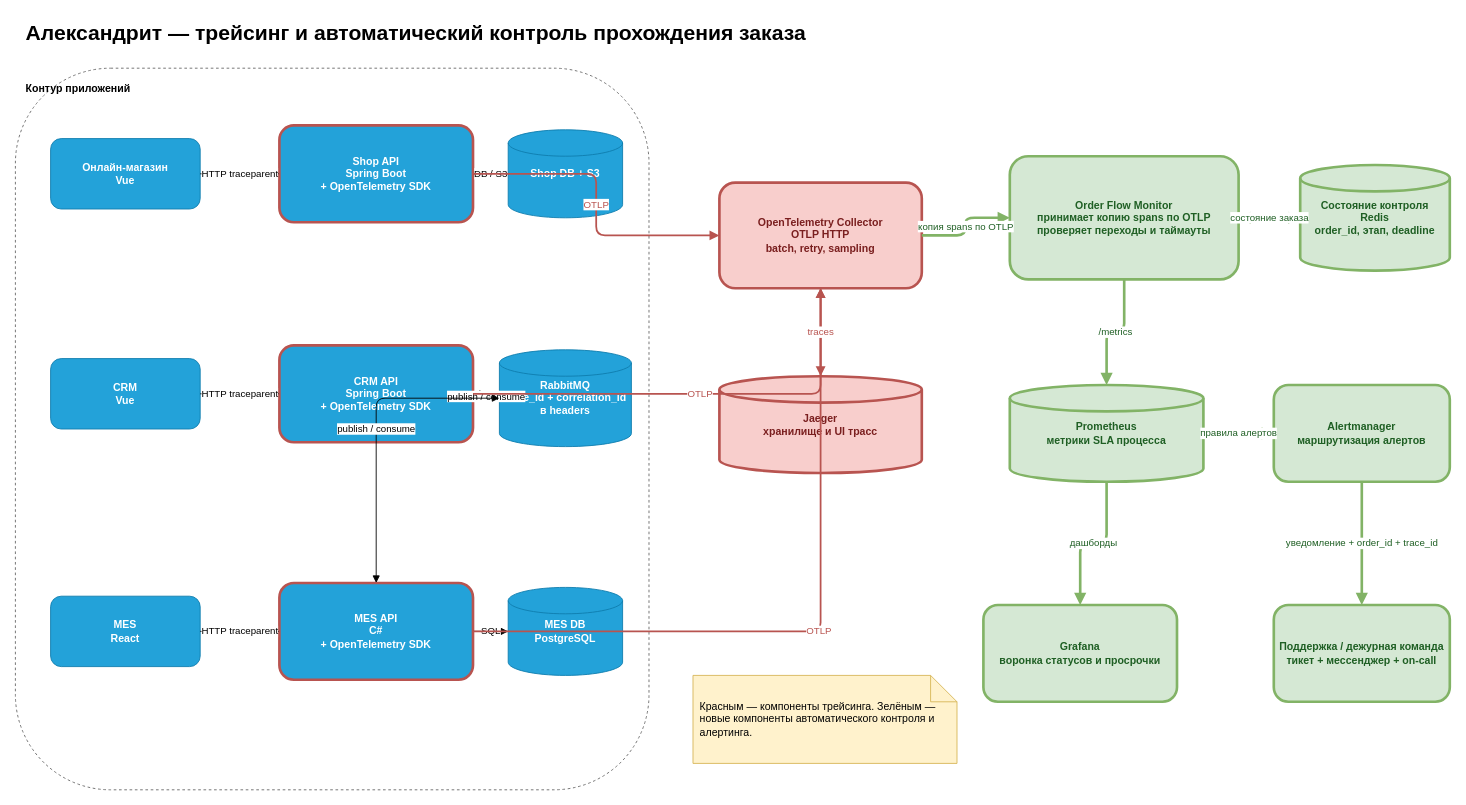
Above: Task3/Трейсинг-автоконтроль-заказа.drawio in Rainbow42/architecture-pro-alexandrite (draw.io), before the change. Source tidied: cells renumbered, new cells numbered last; positions are measured from the earlier drawing's top-left corner, leaving out a move shared by most shapes. Both pictures are drawn from the tidied source at 88%, with x=0, y=0 at pixel (15, 15).
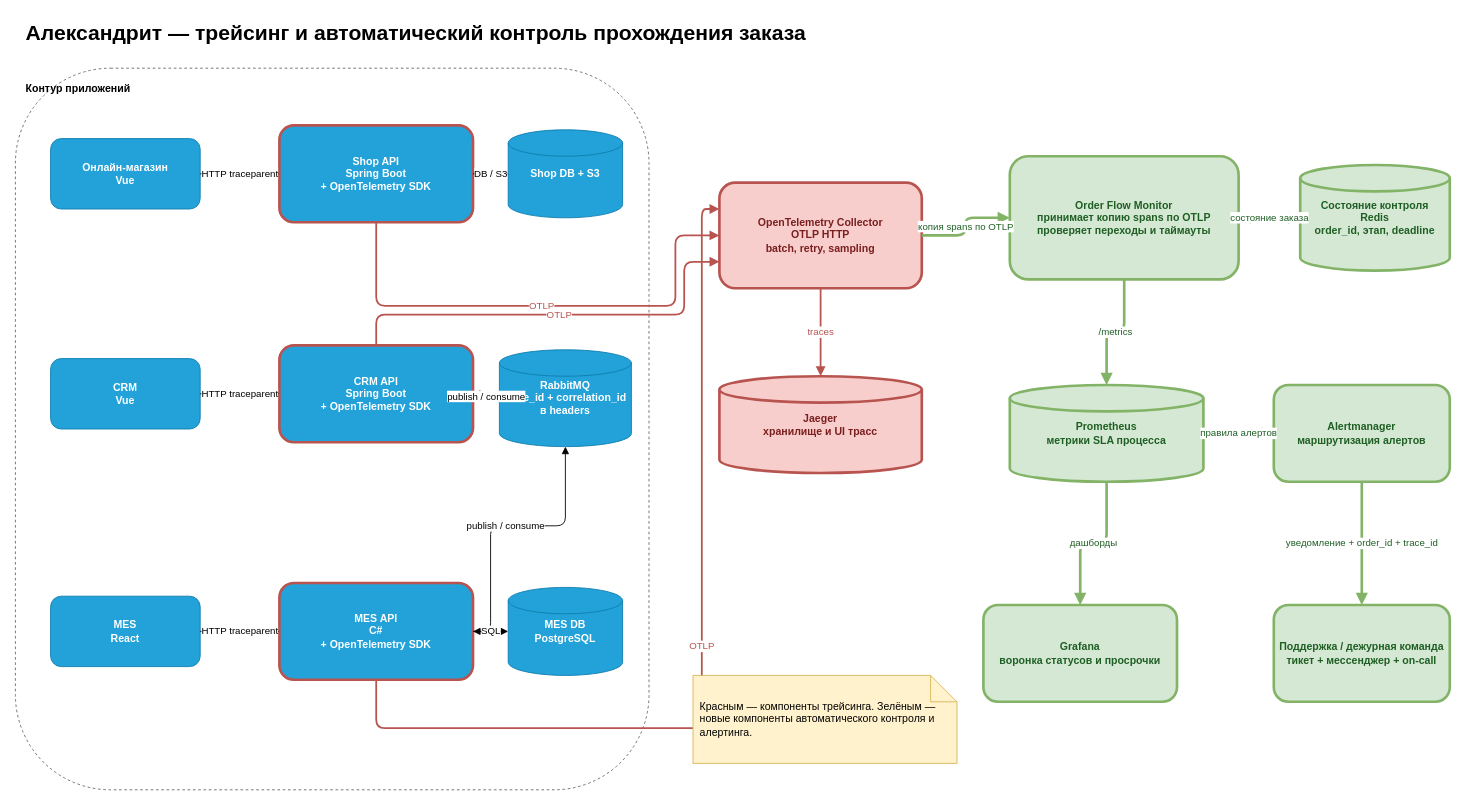
The same diagram, later.

Commit message (it also covers changes not shown here):
clean up tracing diagram connectors

The change refers to these unchanged cells:
```xml
<mxCell id="5" value="Shop API&#10;Spring Boot&#10;+ OpenTelemetry SDK" style="rounded=1;whiteSpace=wrap;html=1;fillColor=#23A2D9;strokeColor=#b85450;strokeWidth=3;fontColor=#ffffff;fontStyle=1;" parent="1" vertex="1">
  <mxGeometry x="300" y="125" width="220" height="110" as="geometry" />
</mxCell>
<mxCell id="8" value="CRM API&#10;Spring Boot&#10;+ OpenTelemetry SDK" style="rounded=1;whiteSpace=wrap;html=1;fillColor=#23A2D9;strokeColor=#b85450;strokeWidth=3;fontColor=#ffffff;fontStyle=1;" parent="1" vertex="1">
  <mxGeometry x="300" y="375" width="220" height="110" as="geometry" />
</mxCell>
<mxCell id="9" value="RabbitMQ&#10;trace_id + correlation_id&#10;в headers" style="shape=cylinder3;whiteSpace=wrap;html=1;fillColor=#23A2D9;strokeColor=#0E7DAD;fontColor=#ffffff;fontStyle=1;" parent="1" vertex="1">
  <mxGeometry x="550" y="380" width="150" height="110" as="geometry" />
</mxCell>
<mxCell id="11" value="MES API&#10;C#&#10;+ OpenTelemetry SDK" style="rounded=1;whiteSpace=wrap;html=1;fillColor=#23A2D9;strokeColor=#b85450;strokeWidth=3;fontColor=#ffffff;fontStyle=1;" parent="1" vertex="1">
  <mxGeometry x="300" y="645" width="220" height="110" as="geometry" />
</mxCell>
<mxCell id="13" value="OpenTelemetry Collector&#10;OTLP HTTP&#10;batch, retry, sampling" style="rounded=1;whiteSpace=wrap;html=1;fillColor=#f8cecc;strokeColor=#b85450;strokeWidth=3;fontColor=#7a1f1f;fontStyle=1;" parent="1" vertex="1">
  <mxGeometry x="800" y="190" width="230" height="120" as="geometry" />
</mxCell>
```

Diff of the diagram source:
```diff
@@
-    <mxCell id="26" value="publish / consume" style="edgeStyle=orthogonalEdgeStyle;html=1;endArrow=block;startArrow=block;" parent="1" edge="1" source="9" target="11">
-      <mxGeometry relative="1" as="geometry" />
+    <mxCell id="26" value="publish / consume" style="edgeStyle=orthogonalEdgeStyle;html=1;endArrow=block;startArrow=block;exitX=0.5;exitY=1;exitDx=0;exitDy=0;entryX=1;entryY=0.5;entryDx=0;entryDy=0;" parent="1" edge="1" source="9" target="11">
+      <mxGeometry relative="1" as="geometry">
+        <Array as="points">
+          <mxPoint x="625" y="580" />
+          <mxPoint x="540" y="580" />
+          <mxPoint x="540" y="700" />
+        </Array>
+      </mxGeometry>
     </mxCell>
@@
-    <mxCell id="28" value="OTLP" style="edgeStyle=orthogonalEdgeStyle;html=1;endArrow=block;strokeColor=#b85450;strokeWidth=2;fontColor=#b85450;" parent="1" edge="1" source="5" target="13">
-      <mxGeometry relative="1" as="geometry" />
+    <mxCell id="28" value="OTLP" style="edgeStyle=orthogonalEdgeStyle;html=1;endArrow=block;strokeColor=#b85450;strokeWidth=2;fontColor=#b85450;exitX=0.5;exitY=1;exitDx=0;exitDy=0;entryX=0;entryY=0.5;entryDx=0;entryDy=0;" parent="1" edge="1" source="5" target="13">
+      <mxGeometry relative="1" as="geometry">
+        <Array as="points">
+          <mxPoint x="410" y="330" />
+          <mxPoint x="750" y="330" />
+          <mxPoint x="750" y="250" />
+        </Array>
+      </mxGeometry>
     </mxCell>
-    <mxCell id="29" value="OTLP" style="edgeStyle=orthogonalEdgeStyle;html=1;endArrow=block;strokeColor=#b85450;strokeWidth=2;fontColor=#b85450;" parent="1" edge="1" source="8" target="13">
-      <mxGeometry relative="1" as="geometry" />
+    <mxCell id="29" value="OTLP" style="edgeStyle=orthogonalEdgeStyle;html=1;endArrow=block;strokeColor=#b85450;strokeWidth=2;fontColor=#b85450;exitX=0.5;exitY=0;exitDx=0;exitDy=0;entryX=0;entryY=0.75;entryDx=0;entryDy=0;" parent="1" edge="1" source="8" target="13">
+      <mxGeometry relative="1" as="geometry">
+        <Array as="points">
+          <mxPoint x="410" y="340" />
+          <mxPoint x="760" y="340" />
+          <mxPoint x="760" y="280" />
+        </Array>
+      </mxGeometry>
     </mxCell>
-    <mxCell id="30" value="OTLP" style="edgeStyle=orthogonalEdgeStyle;html=1;endArrow=block;strokeColor=#b85450;strokeWidth=2;fontColor=#b85450;" parent="1" edge="1" source="11" target="13">
-      <mxGeometry relative="1" as="geometry" />
+    <mxCell id="30" value="OTLP" style="edgeStyle=orthogonalEdgeStyle;html=1;endArrow=block;strokeColor=#b85450;strokeWidth=2;fontColor=#b85450;exitX=0.5;exitY=1;exitDx=0;exitDy=0;entryX=0;entryY=0.25;entryDx=0;entryDy=0;" parent="1" edge="1" source="11" target="13">
+      <mxGeometry relative="1" as="geometry">
+        <Array as="points">
+          <mxPoint x="410" y="810" />
+          <mxPoint x="780" y="810" />
+          <mxPoint x="780" y="220" />
+        </Array>
+      </mxGeometry>
     </mxCell>
```
